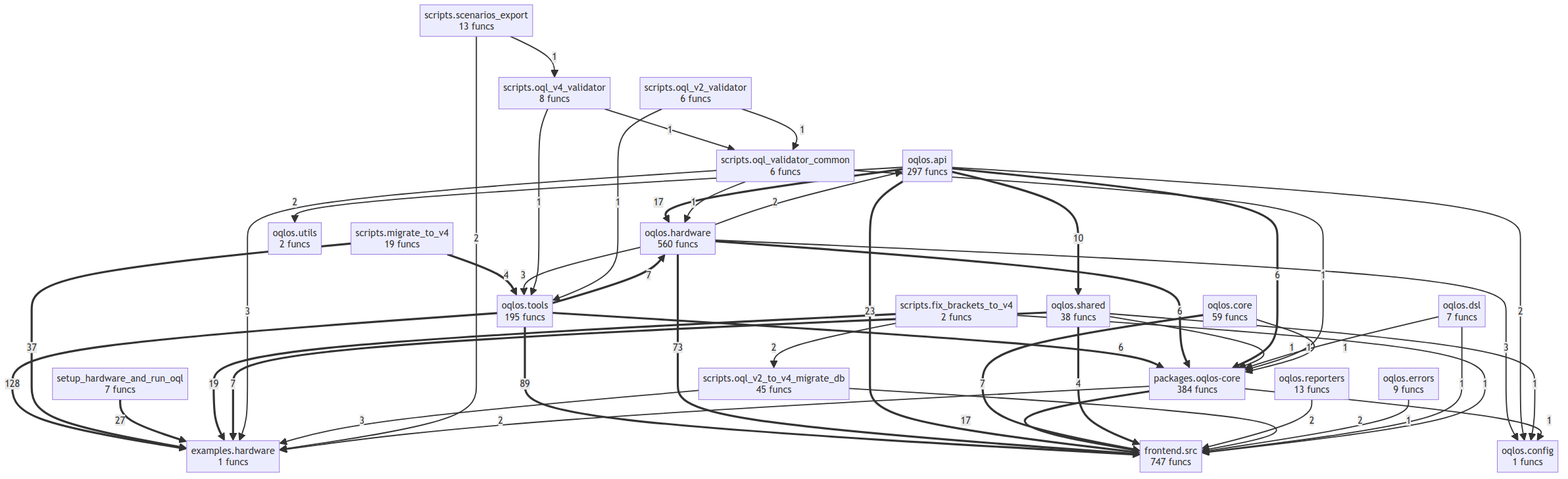
Above: project/compact_flow.png in oqlos/oqlos (Mermaid), before the change. Its source is kept beside it as project/compact_flow.mmd.
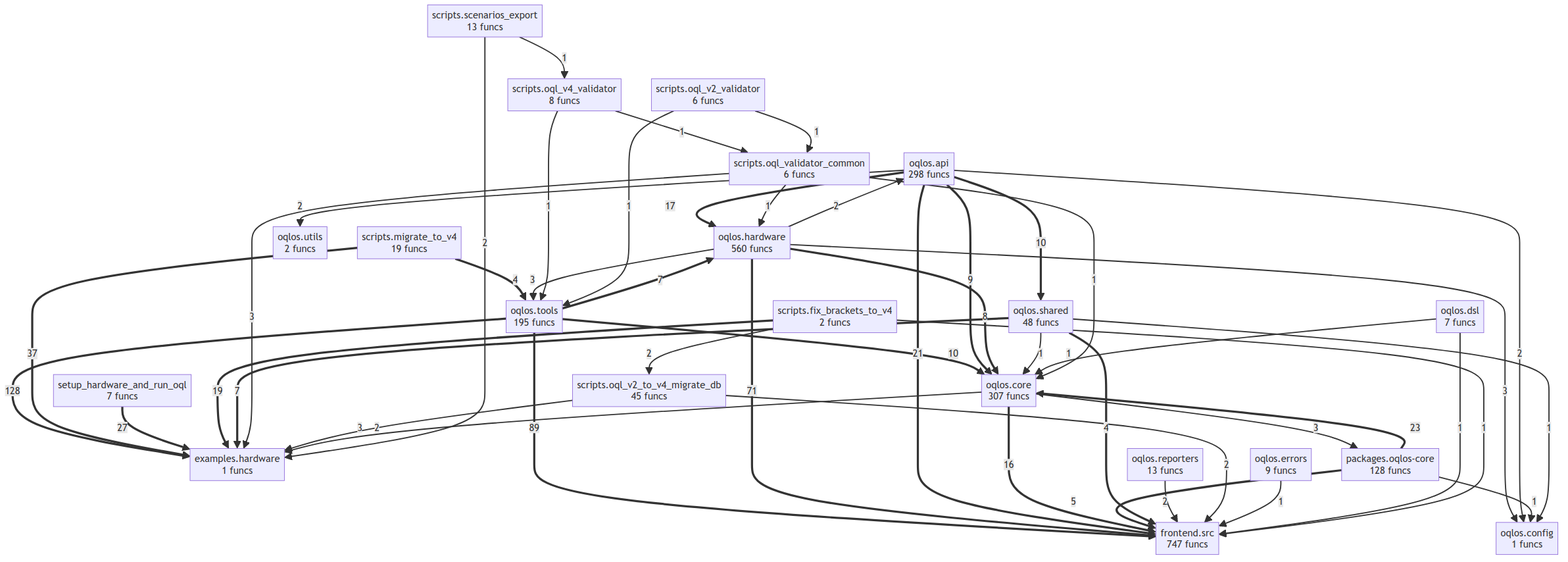
The same file after the commit.

Change to the diagram source:
```diff
@@ -1,17 +1,17 @@
 flowchart TD
     examples__hardware["examples.hardware<br/>1 funcs"]
     frontend__src["frontend.src<br/>747 funcs"]
-    oqlos__api["oqlos.api<br/>297 funcs"]
+    oqlos__api["oqlos.api<br/>298 funcs"]
     oqlos__config["oqlos.config<br/>1 funcs"]
-    oqlos__core["oqlos.core<br/>59 funcs"]
+    oqlos__core["oqlos.core<br/>307 funcs"]
     oqlos__dsl["oqlos.dsl<br/>7 funcs"]
     oqlos__errors["oqlos.errors<br/>9 funcs"]
     oqlos__hardware["oqlos.hardware<br/>560 funcs"]
     oqlos__reporters["oqlos.reporters<br/>13 funcs"]
-    oqlos__shared["oqlos.shared<br/>38 funcs"]
+    oqlos__shared["oqlos.shared<br/>48 funcs"]
     oqlos__tools["oqlos.tools<br/>195 funcs"]
     oqlos__utils["oqlos.utils<br/>2 funcs"]
-    packages__oqlos_core["packages.oqlos-core<br/>384 funcs"]
+    packages__oqlos_core["packages.oqlos-core<br/>128 funcs"]
     scripts__fix_brackets_to_v4["scripts.fix_brackets_to_v4<br/>2 funcs"]
     scripts__migrate_to_v4["scripts.migrate_to_v4<br/>19 funcs"]
     scripts__oql_v2_to_v4_migrate_db["scripts.oql_v2_to_v4_migrate_db<br/>45 funcs"]
@@ -22,26 +22,29 @@
     setup_hardware_and_run_oql["setup_hardware_and_run_oql<br/>7 funcs"]
     oqlos__tools ==>|128| examples__hardware
     oqlos__tools ==>|89| frontend__src
-    oqlos__hardware ==>|73| frontend__src
+    oqlos__hardware ==>|71| frontend__src
     scripts__migrate_to_v4 ==>|37| examples__hardware
     setup_hardware_and_run_oql ==>|27| examples__hardware
-    oqlos__api ==>|23| frontend__src
+    packages__oqlos_core ==>|23| oqlos__core
+    oqlos__api ==>|21| frontend__src
     scripts__fix_brackets_to_v4 ==>|19| examples__hardware
     oqlos__api ==>|17| oqlos__hardware
-    packages__oqlos_core ==>|17| frontend__src
+    oqlos__core ==>|16| frontend__src
+    oqlos__tools ==>|10| oqlos__core
     oqlos__api ==>|10| oqlos__shared
+    oqlos__api ==>|9| oqlos__core
+    oqlos__hardware ==>|8| oqlos__core
     oqlos__tools ==>|7| oqlos__hardware
     oqlos__shared ==>|7| examples__hardware
-    oqlos__core ==>|7| frontend__src
-    oqlos__tools ==>|6| packages__oqlos_core
-    oqlos__hardware ==>|6| packages__oqlos_core
-    oqlos__api ==>|6| packages__oqlos_core
+    packages__oqlos_core ==>|5| frontend__src
     oqlos__shared ==>|4| frontend__src
     scripts__migrate_to_v4 ==>|4| oqlos__tools
+    oqlos__core -->|3| packages__oqlos_core
     oqlos__hardware -->|3| oqlos__config
     oqlos__hardware -->|3| oqlos__tools
     scripts__oql_validator_common -->|3| examples__hardware
     scripts__oql_v2_to_v4_migrate_db -->|3| examples__hardware
+    oqlos__core -->|2| examples__hardware
     oqlos__hardware -->|2| oqlos__api
     oqlos__reporters -->|2| frontend__src
     oqlos__api -->|2| oqlos__utils
@@ -49,13 +52,13 @@
     scripts__fix_brackets_to_v4 -->|2| scripts__oql_v2_to_v4_migrate_db
     scripts__oql_v2_to_v4_migrate_db -->|2| frontend__src
     scripts__scenarios_export -->|2| examples__hardware
-    packages__oqlos_core -->|2| examples__hardware
+    packages__oqlos_core -->|1| oqlos__config
     oqlos__errors -->|1| frontend__src
-    oqlos__shared -->|1| packages__oqlos_core
+    oqlos__shared -->|1| oqlos__core
     oqlos__shared -->|1| oqlos__config
-    oqlos__dsl -->|1| packages__oqlos_core
+    oqlos__dsl -->|1| oqlos__core
     oqlos__dsl -->|1| frontend__src
-    scripts__oql_validator_common -->|1| packages__oqlos_core
+    scripts__oql_validator_common -->|1| oqlos__core
     scripts__oql_validator_common -->|1| oqlos__hardware
     scripts__oql_v4_validator -->|1| oqlos__tools
     scripts__oql_v4_validator -->|1| scripts__oql_validator_common
@@ -63,5 +66,3 @@
     scripts__oql_v2_validator -->|1| oqlos__tools
     scripts__oql_v2_validator -->|1| scripts__oql_validator_common
     scripts__scenarios_export -->|1| scripts__oql_v4_validator
-    packages__oqlos_core -->|1| oqlos__config
-    oqlos__core -->|1| packages__oqlos_core
```
